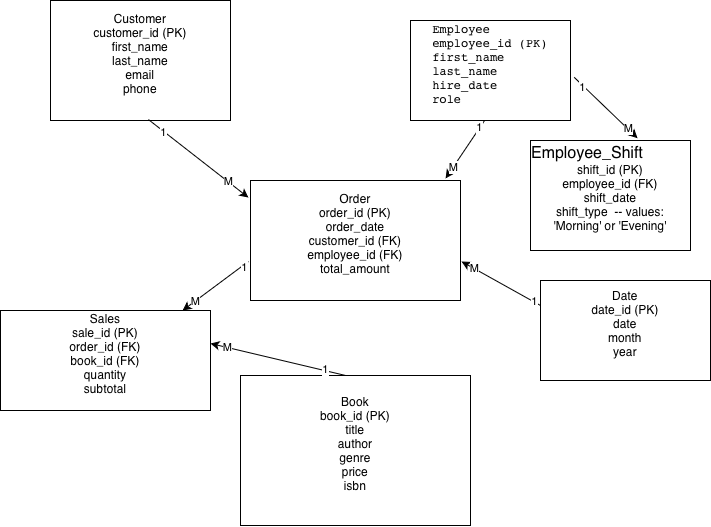
Above: 02_activities/assignments/DC_Cohort/images/bookstore_model.png in katariamonika/sql (draw.io), before the change. Source tidied: cells renumbered, new cells last; positions are measured from the earlier drawing's top-left corner, leaving out a move shared by most shapes.
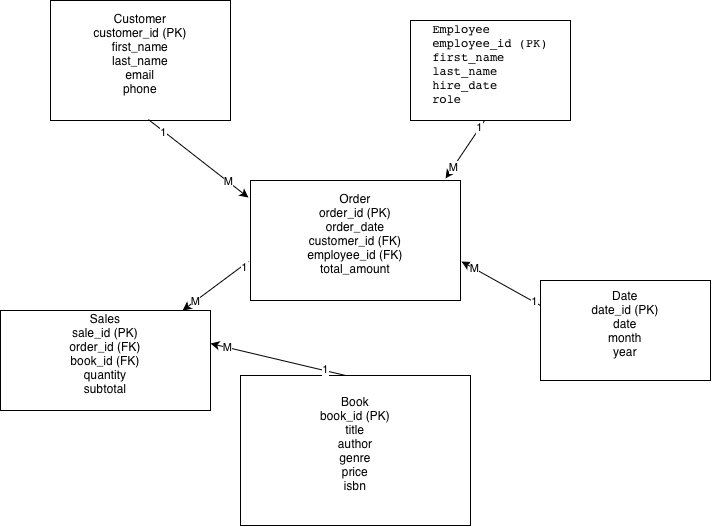
The same file after the commit.

Commit message:
Added both ERDs (bookstore model + with shifts) and updated Assignment2.md

The edit, as a diff of the source:
```diff
@@ -67,17 +67,5 @@
     <mxCell id="22" value="1" style="edgeLabel;html=1;align=center;verticalAlign=middle;" parent="20" vertex="1">
       <mxGeometry x="-0.84" y="-1" relative="1" as="geometry" />
     </mxCell>
-    <mxCell id="23" value="&lt;div&gt;&lt;span style=&quot;font-size: medium; text-align: start;&quot;&gt;Employee_Shift&lt;/span&gt;&lt;/div&gt;&lt;div&gt;shift_id (PK)&lt;/div&gt;&lt;div&gt;employee_id (FK)&lt;/div&gt;&lt;div&gt;shift_date&lt;/div&gt;&lt;div&gt;shift_type &amp;nbsp;-- values: 'Morning' or 'Evening'&lt;/div&gt;&lt;div&gt;&lt;br&gt;&lt;/div&gt;" style="rounded=0;whiteSpace=wrap;html=1;" parent="1" vertex="1">
-      <mxGeometry x="530" y="140" width="160" height="110" as="geometry" />
-    </mxCell>
-    <mxCell id="24" style="endArrow=classic;html=1;rounded=0;exitX=1.023;exitY=0.568;exitDx=0;exitDy=0;exitPerimeter=0;entryX=0.669;entryY=-0.021;entryDx=0;entryDy=0;entryPerimeter=0;" parent="1" edge="1" source="2" target="23">
-      <mxGeometry relative="1" as="geometry" />
-    </mxCell>
-    <mxCell id="25" value="M" style="edgeLabel;html=1;align=center;verticalAlign=middle;" parent="24" vertex="1">
-      <mxGeometry x="0.69" y="1" relative="1" as="geometry" />
-    </mxCell>
-    <mxCell id="26" value="1" style="edgeLabel;html=1;align=center;verticalAlign=middle;" parent="24" vertex="1">
-      <mxGeometry x="-0.72" y="-2" relative="1" as="geometry" />
-    </mxCell>
   </root>
 </mxGraphModel>
```
